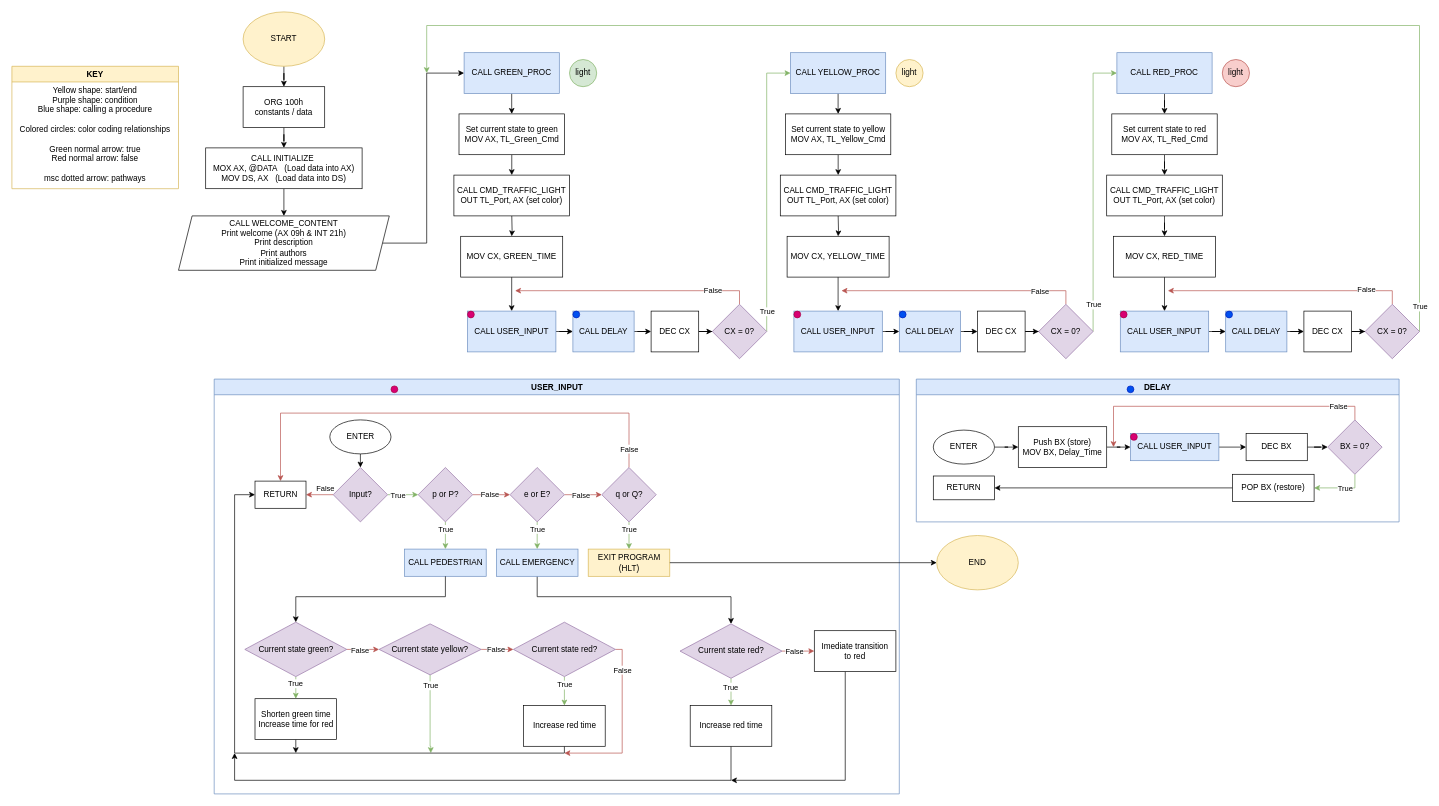
Above: doc/Milestone-2-Flowchart-Ver3.drawio in brianrey/Masterminds (draw.io), before the change. Source tidied: cells renumbered, new cells numbered last; positions are measured from the earlier drawing's top-left corner, leaving out a move shared by most shapes. Both pictures are drawn from the tidied source at 68%, with x=0, y=0 at pixel (12, 12).
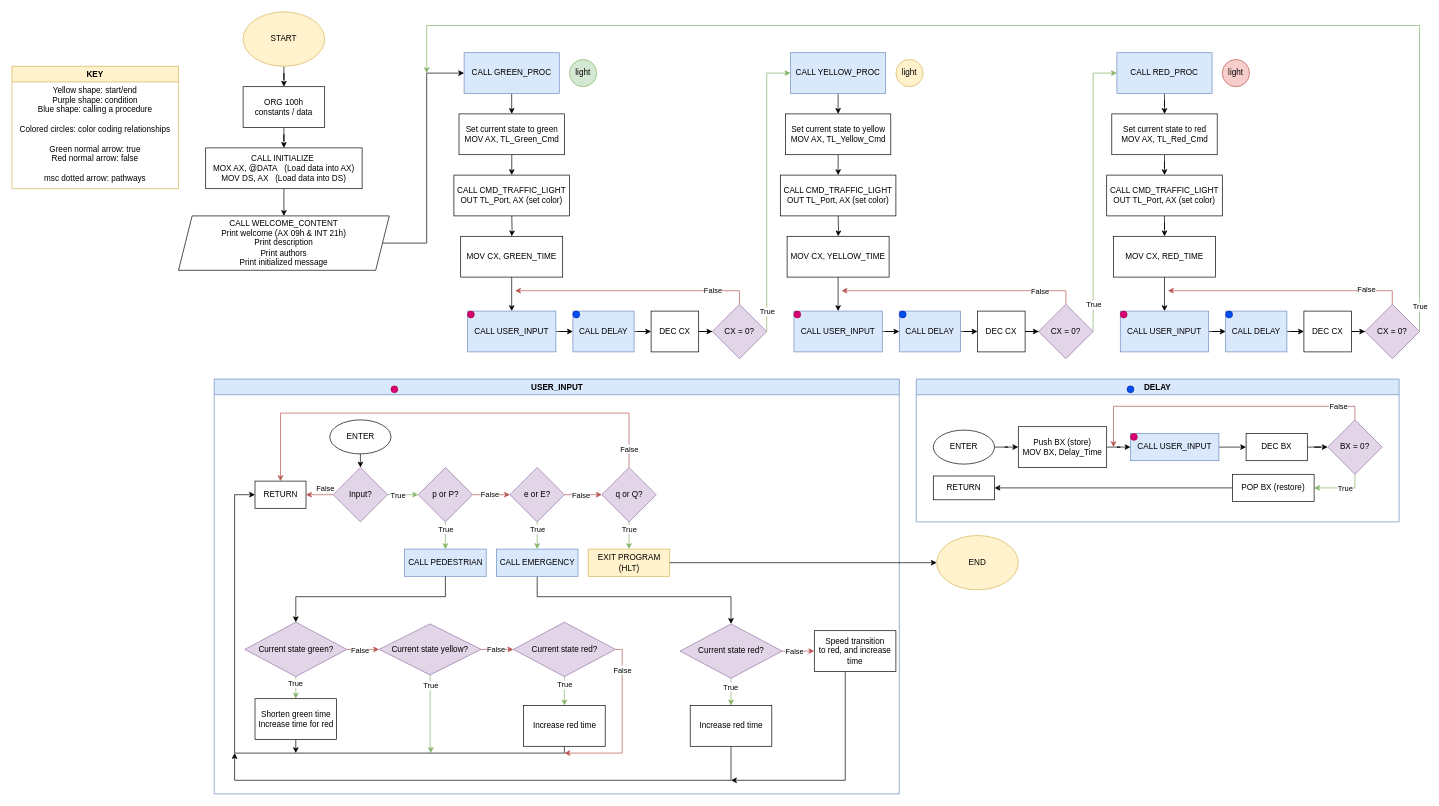
After the change.

Unchanged cells that the change refers to:
```xml
<mxCell id="72" value="USER_INPUT" style="swimlane;whiteSpace=wrap;html=1;fillColor=#dae8fc;strokeColor=#6c8ebf;" parent="1" vertex="1">
  <mxGeometry x="297.5" y="540" width="1007.5" height="610" as="geometry" />
</mxCell>
```

Change to the diagram source:
```diff
@@
-    <mxCell id="129" value="Imediate transition&lt;br&gt;to red" style="rounded=0;whiteSpace=wrap;html=1;" parent="72" vertex="1">
+    <mxCell id="129" value="Speed transition&lt;br&gt;to red, and increase time" style="rounded=0;whiteSpace=wrap;html=1;" parent="72" vertex="1">
       <mxGeometry x="882.5" y="370" width="120" height="60" as="geometry" />
     </mxCell>
```
